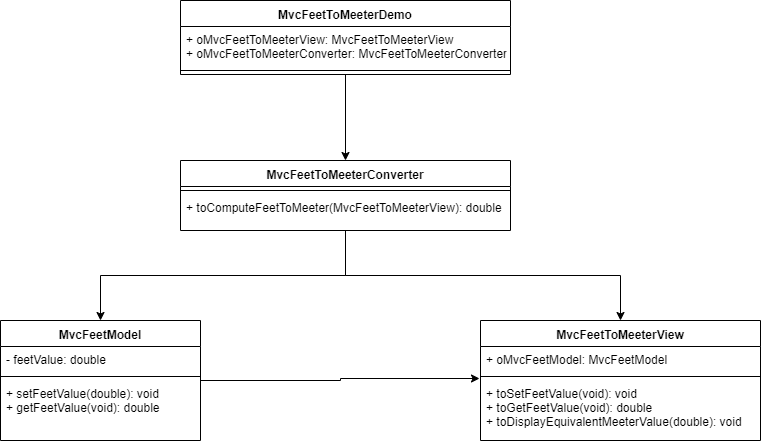
The draw.io diagram FeetToMeters/UML_FeetToMeeter.png in learning-prog/JavaMVC, before a commit. Source tidied: cells renumbered, new cells last; positions are measured from the earlier drawing's top-left corner, leaving out a move shared by most shapes. Its diagram source:
```xml
<mxGraphModel>
  <root>
    <mxCell id="0" />
    <mxCell id="1" parent="0" />
    <mxCell id="2" style="edgeStyle=orthogonalEdgeStyle;rounded=0;jettySize=auto;html=1;entryX=-0.004;entryY=-0.033;entryDx=0;entryDy=0;entryPerimeter=0;" parent="1" edge="1" source="3" target="10">
      <mxGeometry relative="1" as="geometry" />
    </mxCell>
    <mxCell id="3" value="MvcFeetModel" style="swimlane;fontStyle=1;align=center;verticalAlign=top;horizontal=1;startSize=26;" parent="1" vertex="1">
      <mxGeometry y="320" width="200" height="120" as="geometry" />
    </mxCell>
    <mxCell id="4" value="- feetValue: double" style="text;strokeColor=none;fillColor=none;align=left;verticalAlign=top;spacingLeft=4;spacingRight=4;overflow=hidden;" parent="3" vertex="1">
      <mxGeometry y="26" width="200" height="26" as="geometry" />
    </mxCell>
    <mxCell id="5" style="line;strokeWidth=1;fillColor=none;align=left;verticalAlign=middle;spacingTop=-1;spacingLeft=3;spacingRight=3;labelPosition=right;" parent="3" vertex="1">
      <mxGeometry y="52" width="200" height="8" as="geometry" />
    </mxCell>
    <mxCell id="6" value="+ setFeetValue(double): void&#10;+ getFeetValue(void): double" style="text;strokeColor=none;fillColor=none;align=left;verticalAlign=top;spacingLeft=4;spacingRight=4;overflow=hidden;" parent="3" vertex="1">
      <mxGeometry y="60" width="200" height="60" as="geometry" />
    </mxCell>
    <mxCell id="7" value="MvcFeetToMeeterView" style="swimlane;fontStyle=1;align=center;verticalAlign=top;horizontal=1;startSize=26;" parent="1" vertex="1">
      <mxGeometry x="480" y="320" width="280" height="120" as="geometry" />
    </mxCell>
    <mxCell id="8" value="+ oMvcFeetModel: MvcFeetModel" style="text;strokeColor=none;fillColor=none;align=left;verticalAlign=top;spacingLeft=4;spacingRight=4;overflow=hidden;" parent="7" vertex="1">
      <mxGeometry y="26" width="280" height="26" as="geometry" />
    </mxCell>
    <mxCell id="9" style="line;strokeWidth=1;fillColor=none;align=left;verticalAlign=middle;spacingTop=-1;spacingLeft=3;spacingRight=3;labelPosition=right;" parent="7" vertex="1">
      <mxGeometry y="52" width="280" height="8" as="geometry" />
    </mxCell>
    <mxCell id="10" value="+ toSetFeetValue(void): void&#10;+ toGetFeetValue(void): double&#10;+ toDisplayEquivalentMeeterValue(double): void" style="text;strokeColor=none;fillColor=none;align=left;verticalAlign=top;spacingLeft=4;spacingRight=4;overflow=hidden;points=[[0,0.5],[1,0.5]];portConstraint=eastwest;" parent="7" vertex="1">
      <mxGeometry y="60" width="280" height="60" as="geometry" />
    </mxCell>
    <mxCell id="11" style="edgeStyle=orthogonalEdgeStyle;rounded=0;jettySize=auto;html=1;entryX=0.5;entryY=0;entryDx=0;entryDy=0;" parent="1" edge="1" source="13" target="3">
      <mxGeometry relative="1" as="geometry" />
    </mxCell>
    <mxCell id="12" style="edgeStyle=orthogonalEdgeStyle;rounded=0;jettySize=auto;html=1;entryX=0.5;entryY=0;entryDx=0;entryDy=0;" parent="1" edge="1" source="13" target="7">
      <mxGeometry relative="1" as="geometry" />
    </mxCell>
    <mxCell id="13" value="MvcFeetToMeeterConverter" style="swimlane;fontStyle=1;align=center;verticalAlign=top;horizontal=1;startSize=26;" parent="1" vertex="1">
      <mxGeometry x="180" y="160" width="330" height="70" as="geometry" />
    </mxCell>
    <mxCell id="14" style="line;strokeWidth=1;fillColor=none;align=left;verticalAlign=middle;spacingTop=-1;spacingLeft=3;spacingRight=3;labelPosition=right;" parent="13" vertex="1">
      <mxGeometry y="26" width="330" height="8" as="geometry" />
    </mxCell>
    <mxCell id="15" value="+ toComputeFeetToMeeter(MvcFeetToMeeterView): double" style="text;strokeColor=none;fillColor=none;align=left;verticalAlign=top;spacingLeft=4;spacingRight=4;overflow=hidden;" parent="13" vertex="1">
      <mxGeometry y="34" width="330" height="36" as="geometry" />
    </mxCell>
    <mxCell id="16" style="edgeStyle=orthogonalEdgeStyle;rounded=0;jettySize=auto;html=1;entryX=0.5;entryY=0;entryDx=0;entryDy=0;" parent="1" edge="1" source="17" target="13">
      <mxGeometry relative="1" as="geometry" />
    </mxCell>
    <mxCell id="17" value="MvcFeetToMeeterDemo" style="swimlane;fontStyle=1;align=center;verticalAlign=top;horizontal=1;startSize=26;" parent="1" vertex="1">
      <mxGeometry x="180" width="330" height="74" as="geometry" />
    </mxCell>
    <mxCell id="18" value="+ oMvcFeetToMeeterView: MvcFeetToMeeterView&#10;+ oMvcFeetToMeeterConverter: MvcFeetToMeeterConverter&#10;" style="text;strokeColor=none;fillColor=none;align=left;verticalAlign=top;spacingLeft=4;spacingRight=4;overflow=hidden;" parent="17" vertex="1">
      <mxGeometry y="26" width="330" height="40" as="geometry" />
    </mxCell>
    <mxCell id="19" style="line;strokeWidth=1;fillColor=none;align=left;verticalAlign=middle;spacingTop=-1;spacingLeft=3;spacingRight=3;labelPosition=right;" parent="17" vertex="1">
      <mxGeometry y="66" width="330" height="8" as="geometry" />
    </mxCell>
  </root>
</mxGraphModel>
```
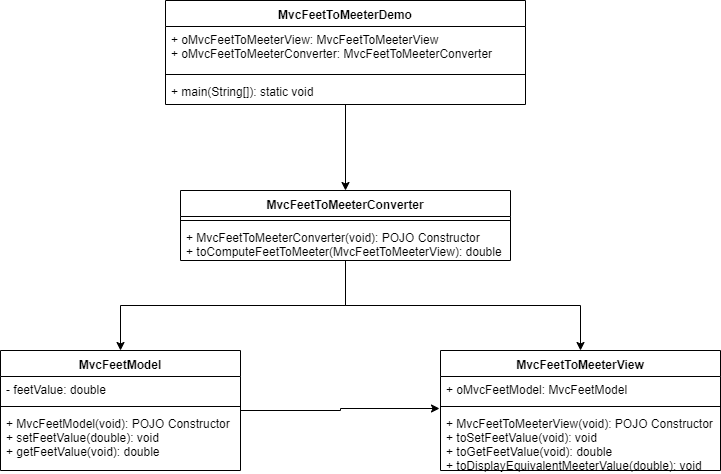
The same diagram one commit later.

Commit message:
updated with POJO constructor implementation

What changed in the source:
```diff
@@ -6,19 +6,19 @@
       <mxGeometry relative="1" as="geometry" />
     </mxCell>
     <mxCell id="3" value="MvcFeetModel" style="swimlane;fontStyle=1;align=center;verticalAlign=top;horizontal=1;startSize=26;" parent="1" vertex="1">
-      <mxGeometry y="320" width="200" height="120" as="geometry" />
+      <mxGeometry y="320" width="240" height="120" as="geometry" />
     </mxCell>
     <mxCell id="4" value="- feetValue: double" style="text;strokeColor=none;fillColor=none;align=left;verticalAlign=top;spacingLeft=4;spacingRight=4;overflow=hidden;" parent="3" vertex="1">
-      <mxGeometry y="26" width="200" height="26" as="geometry" />
+      <mxGeometry y="26" width="240" height="26" as="geometry" />
     </mxCell>
     <mxCell id="5" style="line;strokeWidth=1;fillColor=none;align=left;verticalAlign=middle;spacingTop=-1;spacingLeft=3;spacingRight=3;labelPosition=right;" parent="3" vertex="1">
-      <mxGeometry y="52" width="200" height="8" as="geometry" />
+      <mxGeometry y="52" width="240" height="8" as="geometry" />
     </mxCell>
-    <mxCell id="6" value="+ setFeetValue(double): void&#10;+ getFeetValue(void): double" style="text;strokeColor=none;fillColor=none;align=left;verticalAlign=top;spacingLeft=4;spacingRight=4;overflow=hidden;" parent="3" vertex="1">
-      <mxGeometry y="60" width="200" height="60" as="geometry" />
+    <mxCell id="6" value="+ MvcFeetModel(void): POJO Constructor&#10;+ setFeetValue(double): void&#10;+ getFeetValue(void): double" style="text;strokeColor=none;fillColor=none;align=left;verticalAlign=top;spacingLeft=4;spacingRight=4;overflow=hidden;" parent="3" vertex="1">
+      <mxGeometry y="60" width="240" height="60" as="geometry" />
     </mxCell>
     <mxCell id="7" value="MvcFeetToMeeterView" style="swimlane;fontStyle=1;align=center;verticalAlign=top;horizontal=1;startSize=26;" parent="1" vertex="1">
-      <mxGeometry x="480" y="320" width="280" height="120" as="geometry" />
+      <mxGeometry x="440" y="320" width="280" height="120" as="geometry" />
     </mxCell>
     <mxCell id="8" value="+ oMvcFeetModel: MvcFeetModel" style="text;strokeColor=none;fillColor=none;align=left;verticalAlign=top;spacingLeft=4;spacingRight=4;overflow=hidden;" parent="7" vertex="1">
       <mxGeometry y="26" width="280" height="26" as="geometry" />
@@ -26,7 +26,7 @@
     <mxCell id="9" style="line;strokeWidth=1;fillColor=none;align=left;verticalAlign=middle;spacingTop=-1;spacingLeft=3;spacingRight=3;labelPosition=right;" parent="7" vertex="1">
       <mxGeometry y="52" width="280" height="8" as="geometry" />
     </mxCell>
-    <mxCell id="10" value="+ toSetFeetValue(void): void&#10;+ toGetFeetValue(void): double&#10;+ toDisplayEquivalentMeeterValue(double): void" style="text;strokeColor=none;fillColor=none;align=left;verticalAlign=top;spacingLeft=4;spacingRight=4;overflow=hidden;points=[[0,0.5],[1,0.5]];portConstraint=eastwest;" parent="7" vertex="1">
+    <mxCell id="10" value="+ MvcFeetToMeeterView(void): POJO Constructor&#10;+ toSetFeetValue(void): void&#10;+ toGetFeetValue(void): double&#10;+ toDisplayEquivalentMeeterValue(double): void" style="text;strokeColor=none;fillColor=none;align=left;verticalAlign=top;spacingLeft=4;spacingRight=4;overflow=hidden;points=[[0,0.5],[1,0.5]];portConstraint=eastwest;" parent="7" vertex="1">
       <mxGeometry y="60" width="280" height="60" as="geometry" />
     </mxCell>
     <mxCell id="11" style="edgeStyle=orthogonalEdgeStyle;rounded=0;jettySize=auto;html=1;entryX=0.5;entryY=0;entryDx=0;entryDy=0;" parent="1" edge="1" source="13" target="3">
@@ -41,20 +41,25 @@
     <mxCell id="14" style="line;strokeWidth=1;fillColor=none;align=left;verticalAlign=middle;spacingTop=-1;spacingLeft=3;spacingRight=3;labelPosition=right;" parent="13" vertex="1">
       <mxGeometry y="26" width="330" height="8" as="geometry" />
     </mxCell>
-    <mxCell id="15" value="+ toComputeFeetToMeeter(MvcFeetToMeeterView): double" style="text;strokeColor=none;fillColor=none;align=left;verticalAlign=top;spacingLeft=4;spacingRight=4;overflow=hidden;" parent="13" vertex="1">
+    <mxCell id="15" value="+ MvcFeetToMeeterConverter(void): POJO Constructor&#10;+ toComputeFeetToMeeter(MvcFeetToMeeterView): double" style="text;strokeColor=none;fillColor=none;align=left;verticalAlign=top;spacingLeft=4;spacingRight=4;overflow=hidden;" parent="13" vertex="1">
       <mxGeometry y="34" width="330" height="36" as="geometry" />
     </mxCell>
-    <mxCell id="16" style="edgeStyle=orthogonalEdgeStyle;rounded=0;jettySize=auto;html=1;entryX=0.5;entryY=0;entryDx=0;entryDy=0;" parent="1" edge="1" source="17" target="13">
-      <mxGeometry relative="1" as="geometry" />
+    <mxCell id="16" style="edgeStyle=orthogonalEdgeStyle;rounded=0;jettySize=auto;html=1;entryX=0.5;entryY=0;entryDx=0;entryDy=0;" parent="1" edge="1" target="13">
+      <mxGeometry relative="1" as="geometry">
+        <mxPoint x="345" y="74" as="sourcePoint" />
+      </mxGeometry>
     </mxCell>
     <mxCell id="17" value="MvcFeetToMeeterDemo" style="swimlane;fontStyle=1;align=center;verticalAlign=top;horizontal=1;startSize=26;" parent="1" vertex="1">
-      <mxGeometry x="180" width="330" height="74" as="geometry" />
+      <mxGeometry x="165" y="-30" width="360" height="104" as="geometry" />
     </mxCell>
     <mxCell id="18" value="+ oMvcFeetToMeeterView: MvcFeetToMeeterView&#10;+ oMvcFeetToMeeterConverter: MvcFeetToMeeterConverter&#10;" style="text;strokeColor=none;fillColor=none;align=left;verticalAlign=top;spacingLeft=4;spacingRight=4;overflow=hidden;" parent="17" vertex="1">
-      <mxGeometry y="26" width="330" height="40" as="geometry" />
+      <mxGeometry y="26" width="360" height="44" as="geometry" />
     </mxCell>
-    <mxCell id="19" style="line;strokeWidth=1;fillColor=none;align=left;verticalAlign=middle;spacingTop=-1;spacingLeft=3;spacingRight=3;labelPosition=right;" parent="17" vertex="1">
-      <mxGeometry y="66" width="330" height="8" as="geometry" />
-    </mxCell>
+    <mxCell id="20" style="line;strokeWidth=1;fillColor=none;align=left;verticalAlign=middle;spacingTop=-1;spacingLeft=3;spacingRight=3;labelPosition=right;" parent="17" vertex="1">
+      <mxGeometry y="70" width="360" height="8" as="geometry" />
+    </mxCell>
+    <mxCell id="21" value="+ main(String[]): static void" style="text;strokeColor=none;fillColor=none;align=left;verticalAlign=top;spacingLeft=4;spacingRight=4;overflow=hidden;" parent="17" vertex="1">
+      <mxGeometry y="78" width="360" height="26" as="geometry" />
+    </mxCell>
   </root>
 </mxGraphModel>
```
